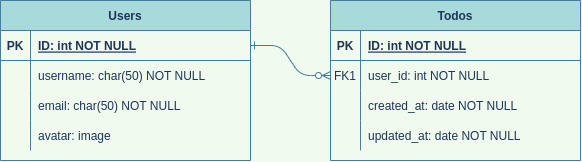
somodis/getshipdone keeps this draw.io diagram as docs/getshipdone-erd.drawio.png. Above is the earlier version. Source tidied: cells renumbered, new cells last; positions are measured from the earlier drawing's top-left corner, leaving out a move shared by most shapes. Its diagram source:
```xml
<mxGraphModel background="#F1FAEE">
  <root>
    <mxCell id="0" />
    <mxCell id="1" parent="0" />
    <mxCell id="2" style="edgeStyle=entityRelationEdgeStyle;endArrow=ERzeroToMany;startArrow=ERone;endFill=1;startFill=0;labelBackgroundColor=#F1FAEE;strokeColor=#457B9D;fontColor=#1D3557;" parent="1" edge="1" source="17" target="7">
      <mxGeometry relative="1" as="geometry" />
    </mxCell>
    <mxCell id="3" value="Todos" style="shape=table;startSize=30;rowLines=0;fontStyle=1;align=center;fillColor=#A8DADC;strokeColor=#457B9D;fontColor=#1D3557;" parent="1" vertex="1">
      <mxGeometry x="330" width="250" height="160" as="geometry" />
    </mxCell>
    <mxCell id="4" style="shape=partialRectangle;fillColor=none;top=0;left=0;right=0;bottom=1;strokeColor=#457B9D;fontColor=#1D3557;" parent="3" vertex="1">
      <mxGeometry y="30" width="250" height="30" as="geometry" />
    </mxCell>
    <mxCell id="5" value="PK" style="shape=partialRectangle;overflow=hidden;fillColor=none;top=0;left=0;bottom=0;right=0;fontStyle=1;strokeColor=#457B9D;fontColor=#1D3557;" parent="4" vertex="1">
      <mxGeometry width="30" height="30" as="geometry" />
    </mxCell>
    <mxCell id="6" value="ID: int NOT NULL " style="shape=partialRectangle;overflow=hidden;fillColor=none;top=0;left=0;bottom=0;right=0;align=left;spacingLeft=6;fontStyle=5;strokeColor=#457B9D;fontColor=#1D3557;" parent="4" vertex="1">
      <mxGeometry x="30" width="220" height="30" as="geometry" />
    </mxCell>
    <mxCell id="7" style="shape=partialRectangle;fillColor=none;points=[[0,0.5],[1,0.5]];portConstraint=eastwest;top=0;left=0;right=0;bottom=0;strokeColor=#457B9D;fontColor=#1D3557;" parent="3" vertex="1">
      <mxGeometry y="60" width="250" height="30" as="geometry" />
    </mxCell>
    <mxCell id="8" value="FK1" style="shape=partialRectangle;overflow=hidden;fillColor=none;top=0;left=0;bottom=0;right=0;strokeColor=#457B9D;fontColor=#1D3557;" parent="7" vertex="1">
      <mxGeometry width="30" height="30" as="geometry" />
    </mxCell>
    <mxCell id="9" value="user_id: int NOT NULL" style="shape=partialRectangle;overflow=hidden;fillColor=none;top=0;left=0;bottom=0;right=0;align=left;spacingLeft=6;strokeColor=#457B9D;fontColor=#1D3557;" parent="7" vertex="1">
      <mxGeometry x="30" width="220" height="30" as="geometry" />
    </mxCell>
    <mxCell id="10" style="shape=partialRectangle;fillColor=none;top=0;left=0;right=0;bottom=0;strokeColor=#457B9D;fontColor=#1D3557;" parent="3" vertex="1">
      <mxGeometry y="90" width="250" height="30" as="geometry" />
    </mxCell>
    <mxCell id="11" style="shape=partialRectangle;overflow=hidden;fillColor=none;top=0;left=0;bottom=0;right=0;strokeColor=#457B9D;fontColor=#1D3557;" parent="10" vertex="1">
      <mxGeometry width="30" height="30" as="geometry" />
    </mxCell>
    <mxCell id="12" value="created_at: date NOT NULL" style="shape=partialRectangle;overflow=hidden;fillColor=none;top=0;left=0;bottom=0;right=0;align=left;spacingLeft=6;strokeColor=#457B9D;fontColor=#1D3557;" parent="10" vertex="1">
      <mxGeometry x="30" width="220" height="30" as="geometry" />
    </mxCell>
    <mxCell id="13" style="shape=tableRow;horizontal=0;startSize=0;swimlaneHead=0;swimlaneBody=0;fillColor=none;top=0;left=0;right=0;bottom=0;strokeColor=#457B9D;fontColor=#1D3557;" parent="3" vertex="1">
      <mxGeometry y="120" width="250" height="30" as="geometry" />
    </mxCell>
    <mxCell id="14" style="shape=partialRectangle;fillColor=none;top=0;left=0;bottom=0;right=0;overflow=hidden;strokeColor=#457B9D;fontColor=#1D3557;" parent="13" vertex="1">
      <mxGeometry width="30" height="30" as="geometry" />
    </mxCell>
    <mxCell id="15" value="updated_at: date NOT NULL" style="shape=partialRectangle;fillColor=none;top=0;left=0;bottom=0;right=0;align=left;spacingLeft=6;overflow=hidden;strokeColor=#457B9D;fontColor=#1D3557;" parent="13" vertex="1">
      <mxGeometry x="30" width="220" height="30" as="geometry" />
    </mxCell>
    <mxCell id="16" value="Users" style="shape=table;startSize=30;rowLines=0;fontStyle=1;align=center;fillColor=#A8DADC;strokeColor=#457B9D;fontColor=#1D3557;" parent="1" vertex="1">
      <mxGeometry width="250" height="160" as="geometry" />
    </mxCell>
    <mxCell id="17" style="shape=partialRectangle;fillColor=none;points=[[0,0.5],[1,0.5]];portConstraint=eastwest;top=0;left=0;right=0;bottom=1;strokeColor=#457B9D;fontColor=#1D3557;" parent="16" vertex="1">
      <mxGeometry y="30" width="250" height="30" as="geometry" />
    </mxCell>
    <mxCell id="18" value="PK" style="shape=partialRectangle;overflow=hidden;fillColor=none;top=0;left=0;bottom=0;right=0;fontStyle=1;strokeColor=#457B9D;fontColor=#1D3557;" parent="17" vertex="1">
      <mxGeometry width="30" height="30" as="geometry" />
    </mxCell>
    <mxCell id="19" value="ID: int NOT NULL " style="shape=partialRectangle;overflow=hidden;fillColor=none;top=0;left=0;bottom=0;right=0;align=left;spacingLeft=6;fontStyle=5;strokeColor=#457B9D;fontColor=#1D3557;" parent="17" vertex="1">
      <mxGeometry x="30" width="220" height="30" as="geometry" />
    </mxCell>
    <mxCell id="20" style="shape=partialRectangle;fillColor=none;top=0;left=0;right=0;bottom=0;strokeColor=#457B9D;fontColor=#1D3557;" parent="16" vertex="1">
      <mxGeometry y="60" width="250" height="30" as="geometry" />
    </mxCell>
    <mxCell id="21" style="shape=partialRectangle;overflow=hidden;fillColor=none;top=0;left=0;bottom=0;right=0;strokeColor=#457B9D;fontColor=#1D3557;" parent="20" vertex="1">
      <mxGeometry width="30" height="30" as="geometry" />
    </mxCell>
    <mxCell id="22" value="username: char(50) NOT NULL" style="shape=partialRectangle;overflow=hidden;fillColor=none;top=0;left=0;bottom=0;right=0;align=left;spacingLeft=6;strokeColor=#457B9D;fontColor=#1D3557;" parent="20" vertex="1">
      <mxGeometry x="30" width="220" height="30" as="geometry" />
    </mxCell>
    <mxCell id="23" style="shape=tableRow;horizontal=0;startSize=0;swimlaneHead=0;swimlaneBody=0;fillColor=none;top=0;left=0;right=0;bottom=0;strokeColor=#457B9D;fontColor=#1D3557;" parent="16" vertex="1">
      <mxGeometry y="90" width="250" height="30" as="geometry" />
    </mxCell>
    <mxCell id="24" style="shape=partialRectangle;fillColor=none;top=0;left=0;bottom=0;right=0;overflow=hidden;strokeColor=#457B9D;fontColor=#1D3557;" parent="23" vertex="1">
      <mxGeometry width="30" height="30" as="geometry" />
    </mxCell>
    <mxCell id="25" value="email: char(50) NOT NULL" style="shape=partialRectangle;fillColor=none;top=0;left=0;bottom=0;right=0;align=left;spacingLeft=6;overflow=hidden;strokeColor=#457B9D;fontColor=#1D3557;" parent="23" vertex="1">
      <mxGeometry x="30" width="220" height="30" as="geometry" />
    </mxCell>
    <mxCell id="26" style="shape=tableRow;horizontal=0;startSize=0;swimlaneHead=0;swimlaneBody=0;fillColor=none;top=0;left=0;right=0;bottom=0;strokeColor=#457B9D;fontColor=#1D3557;" parent="16" vertex="1">
      <mxGeometry y="120" width="250" height="30" as="geometry" />
    </mxCell>
    <mxCell id="27" style="shape=partialRectangle;fillColor=none;top=0;left=0;bottom=0;right=0;overflow=hidden;strokeColor=#457B9D;fontColor=#1D3557;" parent="26" vertex="1">
      <mxGeometry width="30" height="30" as="geometry" />
    </mxCell>
    <mxCell id="28" value="avatar: image" style="shape=partialRectangle;fillColor=none;top=0;left=0;bottom=0;right=0;align=left;spacingLeft=6;overflow=hidden;strokeColor=#457B9D;fontColor=#1D3557;" parent="26" vertex="1">
      <mxGeometry x="30" width="220" height="30" as="geometry" />
    </mxCell>
    <mxCell id="29" style="shape=partialRectangle;fillColor=none;top=0;left=0;right=0;bottom=0;strokeColor=#457B9D;fontColor=#1D3557;" parent="1" vertex="1">
      <mxGeometry x="320" y="90" width="250" height="30" as="geometry" />
    </mxCell>
    <mxCell id="30" style="shape=partialRectangle;overflow=hidden;fillColor=none;top=0;left=0;bottom=0;right=0;strokeColor=#457B9D;fontColor=#1D3557;" parent="29" vertex="1">
      <mxGeometry width="30" height="30" as="geometry" />
    </mxCell>
  </root>
</mxGraphModel>
```
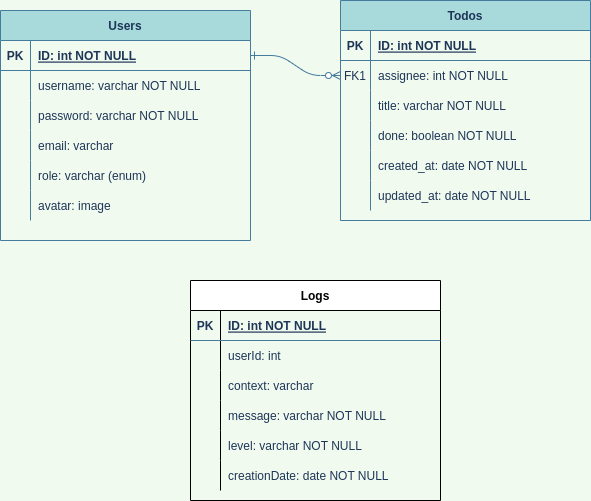
After the commit.

Commit message:
docs: updated ERD & comments & Readme

Diff of the diagram source:
```diff
@@ -6,7 +6,7 @@
       <mxGeometry relative="1" as="geometry" />
     </mxCell>
     <mxCell id="3" value="Todos" style="shape=table;startSize=30;rowLines=0;fontStyle=1;align=center;fillColor=#A8DADC;strokeColor=#457B9D;fontColor=#1D3557;" parent="1" vertex="1">
-      <mxGeometry x="330" width="250" height="160" as="geometry" />
+      <mxGeometry x="330" width="250" height="220" as="geometry" />
     </mxCell>
     <mxCell id="4" style="shape=partialRectangle;fillColor=none;top=0;left=0;right=0;bottom=1;strokeColor=#457B9D;fontColor=#1D3557;" parent="3" vertex="1">
       <mxGeometry y="30" width="250" height="30" as="geometry" />
@@ -23,11 +23,29 @@
     <mxCell id="8" value="FK1" style="shape=partialRectangle;overflow=hidden;fillColor=none;top=0;left=0;bottom=0;right=0;strokeColor=#457B9D;fontColor=#1D3557;" parent="7" vertex="1">
       <mxGeometry width="30" height="30" as="geometry" />
     </mxCell>
-    <mxCell id="9" value="user_id: int NOT NULL" style="shape=partialRectangle;overflow=hidden;fillColor=none;top=0;left=0;bottom=0;right=0;align=left;spacingLeft=6;strokeColor=#457B9D;fontColor=#1D3557;" parent="7" vertex="1">
+    <mxCell id="9" value="assignee: int NOT NULL" style="shape=partialRectangle;overflow=hidden;fillColor=none;top=0;left=0;bottom=0;right=0;align=left;spacingLeft=6;strokeColor=#457B9D;fontColor=#1D3557;" parent="7" vertex="1">
       <mxGeometry x="30" width="220" height="30" as="geometry" />
     </mxCell>
+    <mxCell id="31" style="shape=tableRow;horizontal=0;startSize=0;swimlaneHead=0;swimlaneBody=0;fillColor=none;top=0;left=0;right=0;bottom=0;strokeColor=#457B9D;fontColor=#1D3557;" parent="3" vertex="1">
+      <mxGeometry y="90" width="250" height="30" as="geometry" />
+    </mxCell>
+    <mxCell id="32" style="shape=partialRectangle;fillColor=none;top=0;left=0;bottom=0;right=0;overflow=hidden;strokeColor=#457B9D;fontColor=#1D3557;" parent="31" vertex="1">
+      <mxGeometry width="30" height="30" as="geometry" />
+    </mxCell>
+    <mxCell id="33" value="title: varchar NOT NULL" style="shape=partialRectangle;fillColor=none;top=0;left=0;bottom=0;right=0;align=left;spacingLeft=6;overflow=hidden;strokeColor=#457B9D;fontColor=#1D3557;" parent="31" vertex="1">
+      <mxGeometry x="30" width="220" height="30" as="geometry" />
+    </mxCell>
+    <mxCell id="34" style="shape=tableRow;horizontal=0;startSize=0;swimlaneHead=0;swimlaneBody=0;fillColor=none;top=0;left=0;right=0;bottom=0;strokeColor=#457B9D;fontColor=#1D3557;" parent="3" vertex="1">
+      <mxGeometry y="120" width="250" height="30" as="geometry" />
+    </mxCell>
+    <mxCell id="35" style="shape=partialRectangle;fillColor=none;top=0;left=0;bottom=0;right=0;overflow=hidden;strokeColor=#457B9D;fontColor=#1D3557;" parent="34" vertex="1">
+      <mxGeometry width="30" height="30" as="geometry" />
+    </mxCell>
+    <mxCell id="36" value="done: boolean NOT NULL" style="shape=partialRectangle;fillColor=none;top=0;left=0;bottom=0;right=0;align=left;spacingLeft=6;overflow=hidden;strokeColor=#457B9D;fontColor=#1D3557;" parent="34" vertex="1">
+      <mxGeometry x="30" width="220" height="30" as="geometry" />
+    </mxCell>
     <mxCell id="10" style="shape=partialRectangle;fillColor=none;top=0;left=0;right=0;bottom=0;strokeColor=#457B9D;fontColor=#1D3557;" parent="3" vertex="1">
-      <mxGeometry y="90" width="250" height="30" as="geometry" />
+      <mxGeometry y="150" width="250" height="30" as="geometry" />
     </mxCell>
     <mxCell id="11" style="shape=partialRectangle;overflow=hidden;fillColor=none;top=0;left=0;bottom=0;right=0;strokeColor=#457B9D;fontColor=#1D3557;" parent="10" vertex="1">
       <mxGeometry width="30" height="30" as="geometry" />
@@ -36,7 +54,7 @@
       <mxGeometry x="30" width="220" height="30" as="geometry" />
     </mxCell>
     <mxCell id="13" style="shape=tableRow;horizontal=0;startSize=0;swimlaneHead=0;swimlaneBody=0;fillColor=none;top=0;left=0;right=0;bottom=0;strokeColor=#457B9D;fontColor=#1D3557;" parent="3" vertex="1">
-      <mxGeometry y="120" width="250" height="30" as="geometry" />
+      <mxGeometry y="180" width="250" height="30" as="geometry" />
     </mxCell>
     <mxCell id="14" style="shape=partialRectangle;fillColor=none;top=0;left=0;bottom=0;right=0;overflow=hidden;strokeColor=#457B9D;fontColor=#1D3557;" parent="13" vertex="1">
       <mxGeometry width="30" height="30" as="geometry" />
@@ -45,7 +63,7 @@
       <mxGeometry x="30" width="220" height="30" as="geometry" />
     </mxCell>
     <mxCell id="16" value="Users" style="shape=table;startSize=30;rowLines=0;fontStyle=1;align=center;fillColor=#A8DADC;strokeColor=#457B9D;fontColor=#1D3557;" parent="1" vertex="1">
-      <mxGeometry width="250" height="160" as="geometry" />
+      <mxGeometry x="-10" y="10" width="250" height="230" as="geometry" />
     </mxCell>
     <mxCell id="17" style="shape=partialRectangle;fillColor=none;points=[[0,0.5],[1,0.5]];portConstraint=eastwest;top=0;left=0;right=0;bottom=1;strokeColor=#457B9D;fontColor=#1D3557;" parent="16" vertex="1">
       <mxGeometry y="30" width="250" height="30" as="geometry" />
@@ -62,20 +80,38 @@
     <mxCell id="21" style="shape=partialRectangle;overflow=hidden;fillColor=none;top=0;left=0;bottom=0;right=0;strokeColor=#457B9D;fontColor=#1D3557;" parent="20" vertex="1">
       <mxGeometry width="30" height="30" as="geometry" />
     </mxCell>
-    <mxCell id="22" value="username: char(50) NOT NULL" style="shape=partialRectangle;overflow=hidden;fillColor=none;top=0;left=0;bottom=0;right=0;align=left;spacingLeft=6;strokeColor=#457B9D;fontColor=#1D3557;" parent="20" vertex="1">
+    <mxCell id="22" value="username: varchar NOT NULL" style="shape=partialRectangle;overflow=hidden;fillColor=none;top=0;left=0;bottom=0;right=0;align=left;spacingLeft=6;strokeColor=#457B9D;fontColor=#1D3557;" parent="20" vertex="1">
       <mxGeometry x="30" width="220" height="30" as="geometry" />
     </mxCell>
+    <mxCell id="37" style="shape=tableRow;horizontal=0;startSize=0;swimlaneHead=0;swimlaneBody=0;fillColor=none;top=0;left=0;right=0;bottom=0;strokeColor=#457B9D;fontColor=#1D3557;" parent="16" vertex="1">
+      <mxGeometry y="90" width="250" height="30" as="geometry" />
+    </mxCell>
+    <mxCell id="38" style="shape=partialRectangle;fillColor=none;top=0;left=0;bottom=0;right=0;overflow=hidden;strokeColor=#457B9D;fontColor=#1D3557;" parent="37" vertex="1">
+      <mxGeometry width="30" height="30" as="geometry" />
+    </mxCell>
+    <mxCell id="39" value="password: varchar NOT NULL" style="shape=partialRectangle;fillColor=none;top=0;left=0;bottom=0;right=0;align=left;spacingLeft=6;overflow=hidden;strokeColor=#457B9D;fontColor=#1D3557;" parent="37" vertex="1">
+      <mxGeometry x="30" width="220" height="30" as="geometry" />
+    </mxCell>
     <mxCell id="23" style="shape=tableRow;horizontal=0;startSize=0;swimlaneHead=0;swimlaneBody=0;fillColor=none;top=0;left=0;right=0;bottom=0;strokeColor=#457B9D;fontColor=#1D3557;" parent="16" vertex="1">
-      <mxGeometry y="90" width="250" height="30" as="geometry" />
+      <mxGeometry y="120" width="250" height="30" as="geometry" />
     </mxCell>
     <mxCell id="24" style="shape=partialRectangle;fillColor=none;top=0;left=0;bottom=0;right=0;overflow=hidden;strokeColor=#457B9D;fontColor=#1D3557;" parent="23" vertex="1">
       <mxGeometry width="30" height="30" as="geometry" />
     </mxCell>
-    <mxCell id="25" value="email: char(50) NOT NULL" style="shape=partialRectangle;fillColor=none;top=0;left=0;bottom=0;right=0;align=left;spacingLeft=6;overflow=hidden;strokeColor=#457B9D;fontColor=#1D3557;" parent="23" vertex="1">
+    <mxCell id="25" value="email: varchar" style="shape=partialRectangle;fillColor=none;top=0;left=0;bottom=0;right=0;align=left;spacingLeft=6;overflow=hidden;strokeColor=#457B9D;fontColor=#1D3557;" parent="23" vertex="1">
       <mxGeometry x="30" width="220" height="30" as="geometry" />
     </mxCell>
+    <mxCell id="40" style="shape=tableRow;horizontal=0;startSize=0;swimlaneHead=0;swimlaneBody=0;fillColor=none;top=0;left=0;right=0;bottom=0;strokeColor=#457B9D;fontColor=#1D3557;" parent="16" vertex="1">
+      <mxGeometry y="150" width="250" height="30" as="geometry" />
+    </mxCell>
+    <mxCell id="41" style="shape=partialRectangle;fillColor=none;top=0;left=0;bottom=0;right=0;overflow=hidden;strokeColor=#457B9D;fontColor=#1D3557;" parent="40" vertex="1">
+      <mxGeometry width="30" height="30" as="geometry" />
+    </mxCell>
+    <mxCell id="42" value="role: varchar (enum)" style="shape=partialRectangle;fillColor=none;top=0;left=0;bottom=0;right=0;align=left;spacingLeft=6;overflow=hidden;strokeColor=#457B9D;fontColor=#1D3557;" parent="40" vertex="1">
+      <mxGeometry x="30" width="220" height="30" as="geometry" />
+    </mxCell>
     <mxCell id="26" style="shape=tableRow;horizontal=0;startSize=0;swimlaneHead=0;swimlaneBody=0;fillColor=none;top=0;left=0;right=0;bottom=0;strokeColor=#457B9D;fontColor=#1D3557;" parent="16" vertex="1">
-      <mxGeometry y="120" width="250" height="30" as="geometry" />
+      <mxGeometry y="180" width="250" height="30" as="geometry" />
     </mxCell>
     <mxCell id="27" style="shape=partialRectangle;fillColor=none;top=0;left=0;bottom=0;right=0;overflow=hidden;strokeColor=#457B9D;fontColor=#1D3557;" parent="26" vertex="1">
       <mxGeometry width="30" height="30" as="geometry" />
@@ -89,5 +125,62 @@
     <mxCell id="30" style="shape=partialRectangle;overflow=hidden;fillColor=none;top=0;left=0;bottom=0;right=0;strokeColor=#457B9D;fontColor=#1D3557;" parent="29" vertex="1">
       <mxGeometry width="30" height="30" as="geometry" />
     </mxCell>
+    <mxCell id="43" value="Logs" style="shape=table;startSize=30;rowLines=0;fontStyle=1;align=center;" parent="1" vertex="1">
+      <mxGeometry x="180" y="280" width="250" height="220" as="geometry" />
+    </mxCell>
+    <mxCell id="44" style="shape=tableRow;horizontal=0;startSize=0;swimlaneHead=0;swimlaneBody=0;fillColor=none;top=0;left=0;right=0;bottom=1;strokeColor=#457B9D;fontColor=#1D3557;" parent="43" vertex="1">
+      <mxGeometry y="30" width="250" height="30" as="geometry" />
+    </mxCell>
+    <mxCell id="45" value="PK" style="shape=partialRectangle;fillColor=none;top=0;left=0;bottom=0;right=0;fontStyle=1;overflow=hidden;strokeColor=#457B9D;fontColor=#1D3557;" parent="44" vertex="1">
+      <mxGeometry width="30" height="30" as="geometry" />
+    </mxCell>
+    <mxCell id="46" value="ID: int NOT NULL" style="shape=partialRectangle;fillColor=none;top=0;left=0;bottom=0;right=0;align=left;spacingLeft=6;fontStyle=5;overflow=hidden;strokeColor=#457B9D;fontColor=#1D3557;" parent="44" vertex="1">
+      <mxGeometry x="30" width="220" height="30" as="geometry" />
+    </mxCell>
+    <mxCell id="47" style="shape=tableRow;horizontal=0;startSize=0;swimlaneHead=0;swimlaneBody=0;fillColor=none;top=0;left=0;right=0;bottom=0;strokeColor=#457B9D;fontColor=#1D3557;" parent="43" vertex="1">
+      <mxGeometry y="60" width="250" height="30" as="geometry" />
+    </mxCell>
+    <mxCell id="48" style="shape=partialRectangle;fillColor=none;top=0;left=0;bottom=0;right=0;overflow=hidden;strokeColor=#457B9D;fontColor=#1D3557;" parent="47" vertex="1">
+      <mxGeometry width="30" height="30" as="geometry" />
+    </mxCell>
+    <mxCell id="49" value="userId: int" style="shape=partialRectangle;fillColor=none;top=0;left=0;bottom=0;right=0;align=left;spacingLeft=6;overflow=hidden;strokeColor=#457B9D;fontColor=#1D3557;" parent="47" vertex="1">
+      <mxGeometry x="30" width="220" height="30" as="geometry" />
+    </mxCell>
+    <mxCell id="50" style="shape=tableRow;horizontal=0;startSize=0;swimlaneHead=0;swimlaneBody=0;fillColor=none;top=0;left=0;right=0;bottom=0;strokeColor=#457B9D;fontColor=#1D3557;" parent="43" vertex="1">
+      <mxGeometry y="90" width="250" height="30" as="geometry" />
+    </mxCell>
+    <mxCell id="51" style="shape=partialRectangle;fillColor=none;top=0;left=0;bottom=0;right=0;overflow=hidden;strokeColor=#457B9D;fontColor=#1D3557;" parent="50" vertex="1">
+      <mxGeometry width="30" height="30" as="geometry" />
+    </mxCell>
+    <mxCell id="52" value="context: varchar" style="shape=partialRectangle;fillColor=none;top=0;left=0;bottom=0;right=0;align=left;spacingLeft=6;overflow=hidden;strokeColor=#457B9D;fontColor=#1D3557;" parent="50" vertex="1">
+      <mxGeometry x="30" width="220" height="30" as="geometry" />
+    </mxCell>
+    <mxCell id="53" style="shape=tableRow;horizontal=0;startSize=0;swimlaneHead=0;swimlaneBody=0;fillColor=none;top=0;left=0;right=0;bottom=0;strokeColor=#457B9D;fontColor=#1D3557;" parent="43" vertex="1">
+      <mxGeometry y="120" width="250" height="30" as="geometry" />
+    </mxCell>
+    <mxCell id="54" style="shape=partialRectangle;fillColor=none;top=0;left=0;bottom=0;right=0;overflow=hidden;strokeColor=#457B9D;fontColor=#1D3557;" parent="53" vertex="1">
+      <mxGeometry width="30" height="30" as="geometry" />
+    </mxCell>
+    <mxCell id="55" value="message: varchar NOT NULL" style="shape=partialRectangle;fillColor=none;top=0;left=0;bottom=0;right=0;align=left;spacingLeft=6;overflow=hidden;strokeColor=#457B9D;fontColor=#1D3557;" parent="53" vertex="1">
+      <mxGeometry x="30" width="220" height="30" as="geometry" />
+    </mxCell>
+    <mxCell id="56" style="shape=tableRow;horizontal=0;startSize=0;swimlaneHead=0;swimlaneBody=0;fillColor=none;top=0;left=0;right=0;bottom=0;strokeColor=#457B9D;fontColor=#1D3557;" parent="43" vertex="1">
+      <mxGeometry y="150" width="250" height="30" as="geometry" />
+    </mxCell>
+    <mxCell id="57" style="shape=partialRectangle;fillColor=none;top=0;left=0;bottom=0;right=0;overflow=hidden;strokeColor=#457B9D;fontColor=#1D3557;" parent="56" vertex="1">
+      <mxGeometry width="30" height="30" as="geometry" />
+    </mxCell>
+    <mxCell id="58" value="level: varchar NOT NULL" style="shape=partialRectangle;fillColor=none;top=0;left=0;bottom=0;right=0;align=left;spacingLeft=6;overflow=hidden;strokeColor=#457B9D;fontColor=#1D3557;" parent="56" vertex="1">
+      <mxGeometry x="30" width="220" height="30" as="geometry" />
+    </mxCell>
+    <mxCell id="59" style="shape=tableRow;horizontal=0;startSize=0;swimlaneHead=0;swimlaneBody=0;fillColor=none;top=0;left=0;right=0;bottom=0;strokeColor=#457B9D;fontColor=#1D3557;" parent="43" vertex="1">
+      <mxGeometry y="180" width="250" height="30" as="geometry" />
+    </mxCell>
+    <mxCell id="60" style="shape=partialRectangle;fillColor=none;top=0;left=0;bottom=0;right=0;overflow=hidden;strokeColor=#457B9D;fontColor=#1D3557;" parent="59" vertex="1">
+      <mxGeometry width="30" height="30" as="geometry" />
+    </mxCell>
+    <mxCell id="61" value="creationDate: date NOT NULL" style="shape=partialRectangle;fillColor=none;top=0;left=0;bottom=0;right=0;align=left;spacingLeft=6;overflow=hidden;strokeColor=#457B9D;fontColor=#1D3557;" parent="59" vertex="1">
+      <mxGeometry x="30" width="220" height="30" as="geometry" />
+    </mxCell>
   </root>
 </mxGraphModel>
```
